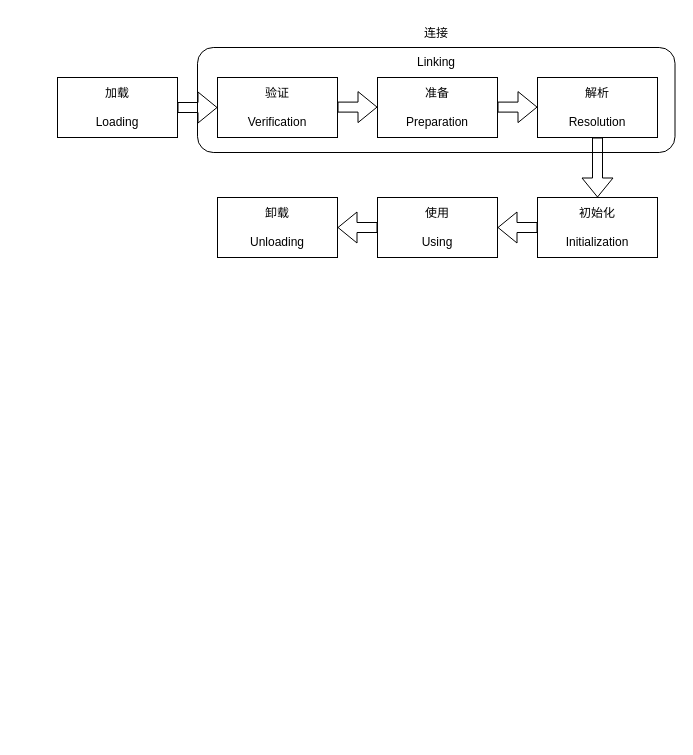
Earlier version of the draw.io diagram JVM/JVM相关.drawio (ZouShuYou/diagrams). Source tidied: cells renumbered, new cells numbered last; positions are measured from the earlier drawing's top-left corner, leaving out a move shared by most shapes. Both pictures are drawn from the tidied source at 100%, with x=0, y=0 at pixel (57, 17).
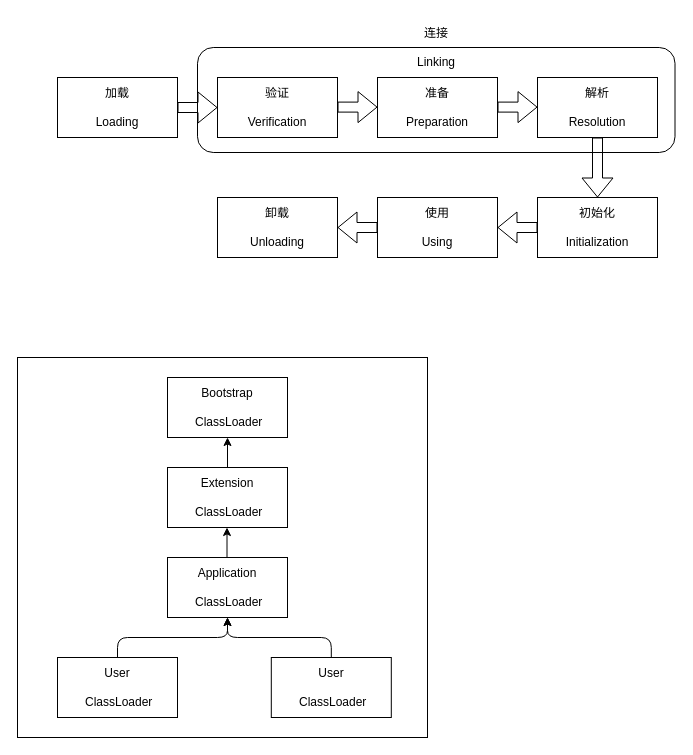
The same diagram, later.

What changed in the source:
```diff
@@
+    <mxCell id="17" style="rounded=0;whiteSpace=wrap;html=1;" parent="1" vertex="1">
+      <mxGeometry x="-40" y="340" width="410" height="380" as="geometry" />
+    </mxCell>
+    <mxCell id="18" value="Bootstrap&lt;br&gt;&lt;br&gt;&amp;nbsp;ClassLoader" style="rounded=0;whiteSpace=wrap;html=1;" parent="1" vertex="1">
+      <mxGeometry x="110" y="360" width="120" height="60" as="geometry" />
+    </mxCell>
+    <mxCell id="19" value="Extension&lt;br&gt;&lt;br&gt;&amp;nbsp;ClassLoader" style="rounded=0;whiteSpace=wrap;html=1;" parent="1" vertex="1">
+      <mxGeometry x="110" y="450" width="120" height="60" as="geometry" />
+    </mxCell>
+    <mxCell id="20" value="Application&lt;br&gt;&lt;br&gt;&amp;nbsp;ClassLoader" style="rounded=0;whiteSpace=wrap;html=1;" parent="1" vertex="1">
+      <mxGeometry x="110" y="540" width="120" height="60" as="geometry" />
+    </mxCell>
+    <mxCell id="21" value="User&lt;br&gt;&lt;br&gt;&amp;nbsp;ClassLoader" style="rounded=0;whiteSpace=wrap;html=1;" parent="1" vertex="1">
+      <mxGeometry y="640" width="120" height="60" as="geometry" />
+    </mxCell>
+    <mxCell id="22" value="User&lt;br&gt;&lt;br&gt;&amp;nbsp;ClassLoader" style="rounded=0;whiteSpace=wrap;html=1;" parent="1" vertex="1">
+      <mxGeometry x="213.8" y="640" width="120" height="60" as="geometry" />
+    </mxCell>
+    <mxCell id="23" style="endArrow=classic;html=1;entryX=0.5;entryY=1;entryDx=0;entryDy=0;exitX=0.5;exitY=0;exitDx=0;exitDy=0;" parent="1" edge="1" source="19" target="18">
+      <mxGeometry relative="1" as="geometry" />
+    </mxCell>
+    <mxCell id="24" style="endArrow=classic;html=1;entryX=0.5;entryY=1;entryDx=0;entryDy=0;exitX=0.5;exitY=0;exitDx=0;exitDy=0;" parent="1" edge="1">
+      <mxGeometry relative="1" as="geometry">
+        <mxPoint x="169.5" y="540" as="sourcePoint" />
+        <mxPoint x="169.5" y="510" as="targetPoint" />
+      </mxGeometry>
+    </mxCell>
+    <mxCell id="25" style="edgeStyle=elbowEdgeStyle;elbow=vertical;endArrow=classic;html=1;exitX=0.5;exitY=0;exitDx=0;exitDy=0;" parent="1" edge="1" source="21">
+      <mxGeometry relative="1" as="geometry">
+        <mxPoint x="170" y="600" as="targetPoint" />
+      </mxGeometry>
+    </mxCell>
+    <mxCell id="26" style="edgeStyle=elbowEdgeStyle;elbow=vertical;endArrow=classic;html=1;exitX=0.5;exitY=0;exitDx=0;exitDy=0;" parent="1" edge="1" source="22">
+      <mxGeometry relative="1" as="geometry">
+        <mxPoint x="170" y="600" as="targetPoint" />
+      </mxGeometry>
+    </mxCell>
```
